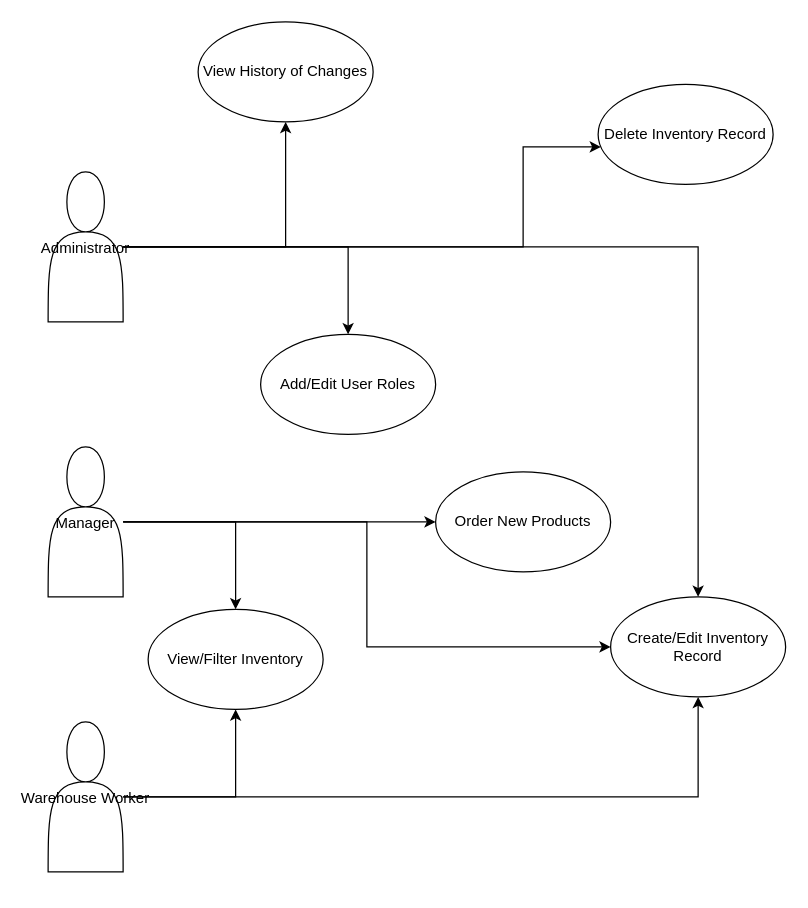
Before: Documents/UseCases.drawio in PMi-33-2024-2025/InventoryManagement, a draw.io diagram. Source tidied: cells renumbered, new cells numbered last; positions are measured from the earlier drawing's top-left corner, leaving out a move shared by most shapes. Both pictures are drawn from the tidied source at 125%, with x=0, y=0 at pixel (48, 21).
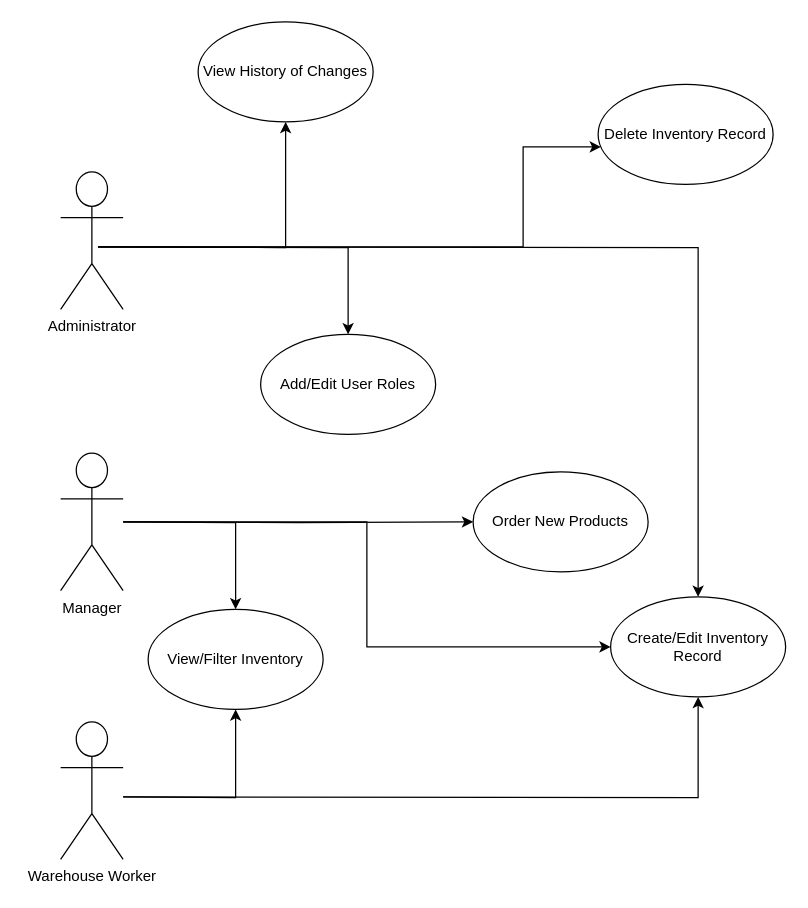
The same page after the edit.

Unchanged cells that the change refers to:
```xml
<mxCell id="5" value="Create/Edit Inventory Record" style="ellipse;whiteSpace=wrap;html=1;" parent="1" vertex="1">
  <mxGeometry x="450" y="460" width="140" height="80" as="geometry" />
</mxCell>
<mxCell id="6" value="Delete Inventory Record" style="ellipse;whiteSpace=wrap;html=1;" parent="1" vertex="1">
  <mxGeometry x="440" y="50" width="140" height="80" as="geometry" />
</mxCell>
<mxCell id="7" value="Add/Edit User Roles" style="ellipse;whiteSpace=wrap;html=1;" parent="1" vertex="1">
  <mxGeometry x="170" y="250" width="140" height="80" as="geometry" />
</mxCell>
<mxCell id="8" value="View/Filter Inventory" style="ellipse;whiteSpace=wrap;html=1;" parent="1" vertex="1">
  <mxGeometry x="80" y="470" width="140" height="80" as="geometry" />
</mxCell>
<mxCell id="10" value="View History of Changes" style="ellipse;whiteSpace=wrap;html=1;" parent="1" vertex="1">
  <mxGeometry x="120" width="140" height="80" as="geometry" />
</mxCell>
```

The edit, as a diff of the source:
```diff
@@
-    <mxCell id="2" value="Administrator" style="shape=actor;" parent="1" vertex="1">
-      <mxGeometry y="120" width="60" height="120" as="geometry" />
-    </mxCell>
-    <mxCell id="3" value="Manager" style="shape=actor;" parent="1" vertex="1">
-      <mxGeometry y="340" width="60" height="120" as="geometry" />
-    </mxCell>
-    <mxCell id="4" value="Warehouse Worker" style="shape=actor;" parent="1" vertex="1">
-      <mxGeometry y="560" width="60" height="120" as="geometry" />
-    </mxCell>
@@
     <mxCell id="9" value="Order New Products" style="ellipse;whiteSpace=wrap;html=1;" parent="1" vertex="1">
-      <mxGeometry x="310" y="360" width="140" height="80" as="geometry" />
+      <mxGeometry x="340" y="360" width="140" height="80" as="geometry" />
     </mxCell>
@@
-    <mxCell id="11" style="edgeStyle=orthogonalEdgeStyle;rounded=0;" parent="1" edge="1" source="2" target="5">
-      <mxGeometry relative="1" as="geometry" />
+    <mxCell id="11" style="edgeStyle=orthogonalEdgeStyle;rounded=0;" parent="1" edge="1" target="5">
+      <mxGeometry relative="1" as="geometry">
+        <mxPoint x="40" y="180" as="sourcePoint" />
+      </mxGeometry>
     </mxCell>
-    <mxCell id="12" style="edgeStyle=orthogonalEdgeStyle;rounded=0;" parent="1" edge="1" source="2" target="6">
+    <mxCell id="12" style="edgeStyle=orthogonalEdgeStyle;rounded=0;" parent="1" edge="1" target="6">
       <mxGeometry relative="1" as="geometry">
+        <mxPoint x="40" y="180" as="sourcePoint" />
         <Array as="points">
           <mxPoint x="380" y="180" />
           <mxPoint x="380" y="100" />
         </Array>
       </mxGeometry>
     </mxCell>
-    <mxCell id="13" style="edgeStyle=orthogonalEdgeStyle;rounded=0;" parent="1" edge="1" source="2" target="7">
-      <mxGeometry relative="1" as="geometry" />
+    <mxCell id="13" style="edgeStyle=orthogonalEdgeStyle;rounded=0;" parent="1" edge="1" target="7">
+      <mxGeometry relative="1" as="geometry">
+        <mxPoint x="40" y="180" as="sourcePoint" />
+      </mxGeometry>
     </mxCell>
-    <mxCell id="14" style="edgeStyle=orthogonalEdgeStyle;rounded=0;" parent="1" edge="1" source="2" target="10">
-      <mxGeometry relative="1" as="geometry" />
+    <mxCell id="14" style="edgeStyle=orthogonalEdgeStyle;rounded=0;" parent="1" edge="1" target="10">
+      <mxGeometry relative="1" as="geometry">
+        <mxPoint x="40" y="180" as="sourcePoint" />
+      </mxGeometry>
     </mxCell>
-    <mxCell id="15" style="edgeStyle=orthogonalEdgeStyle;rounded=0;" parent="1" edge="1" source="3" target="5">
-      <mxGeometry relative="1" as="geometry" />
-    </mxCell>
-    <mxCell id="16" style="edgeStyle=orthogonalEdgeStyle;rounded=0;" parent="1" edge="1" source="3" target="8">
-      <mxGeometry relative="1" as="geometry" />
+    <mxCell id="16" style="edgeStyle=orthogonalEdgeStyle;rounded=0;" parent="1" edge="1" target="8">
+      <mxGeometry relative="1" as="geometry">
+        <mxPoint x="60" y="400" as="sourcePoint" />
+      </mxGeometry>
     </mxCell>
-    <mxCell id="17" style="edgeStyle=orthogonalEdgeStyle;rounded=0;" parent="1" edge="1" source="3" target="9">
-      <mxGeometry relative="1" as="geometry" />
+    <mxCell id="17" style="edgeStyle=orthogonalEdgeStyle;rounded=0;" parent="1" edge="1" target="9">
+      <mxGeometry relative="1" as="geometry">
+        <mxPoint x="60" y="400" as="sourcePoint" />
+      </mxGeometry>
     </mxCell>
-    <mxCell id="18" style="edgeStyle=orthogonalEdgeStyle;rounded=0;" parent="1" edge="1" source="4" target="5">
-      <mxGeometry relative="1" as="geometry" />
+    <mxCell id="18" style="edgeStyle=orthogonalEdgeStyle;rounded=0;" parent="1" edge="1" target="5">
+      <mxGeometry relative="1" as="geometry">
+        <mxPoint x="60" y="620" as="sourcePoint" />
+      </mxGeometry>
     </mxCell>
-    <mxCell id="19" style="edgeStyle=orthogonalEdgeStyle;rounded=0;" parent="1" edge="1" source="4" target="8">
-      <mxGeometry relative="1" as="geometry" />
+    <mxCell id="19" style="edgeStyle=orthogonalEdgeStyle;rounded=0;" parent="1" edge="1" target="8">
+      <mxGeometry relative="1" as="geometry">
+        <mxPoint x="60" y="620" as="sourcePoint" />
+      </mxGeometry>
     </mxCell>
+    <mxCell id="2" value="Administrator" style="shape=umlActor;verticalLabelPosition=bottom;verticalAlign=top;html=1;outlineConnect=0;" parent="1" vertex="1">
+      <mxGeometry x="10" y="120" width="50" height="110" as="geometry" />
+    </mxCell>
+    <mxCell id="15" style="edgeStyle=orthogonalEdgeStyle;rounded=0;jettySize=auto;html=1;entryX=0;entryY=0.5;entryDx=0;entryDy=0;" parent="1" edge="1" source="3" target="5">
+      <mxGeometry relative="1" as="geometry" />
+    </mxCell>
+    <mxCell id="3" value="Manager" style="shape=umlActor;verticalLabelPosition=bottom;verticalAlign=top;html=1;outlineConnect=0;" parent="1" vertex="1">
+      <mxGeometry x="10" y="345" width="50" height="110" as="geometry" />
+    </mxCell>
+    <mxCell id="4" value="Warehouse Worker" style="shape=umlActor;verticalLabelPosition=bottom;verticalAlign=top;html=1;outlineConnect=0;" parent="1" vertex="1">
+      <mxGeometry x="10" y="560" width="50" height="110" as="geometry" />
+    </mxCell>
```
